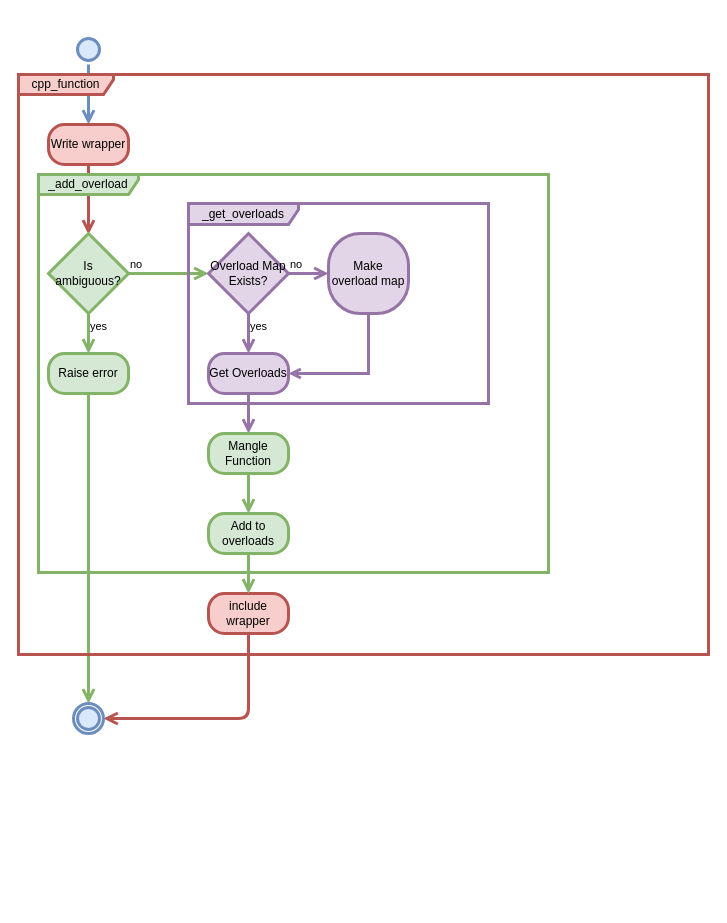
This is page "FunctionOverload" (1 of 5) of docs/source/developer/uml.drawio from CMakePP/CMakePPLang, a draw.io file, before an edit. Source tidied: cells renumbered, new cells numbered last; positions are measured from the earlier drawing's top-left corner, leaving out a move shared by most shapes. Both pictures are drawn from the tidied source at 100%, with x=0, y=0 at pixel (18, 34).
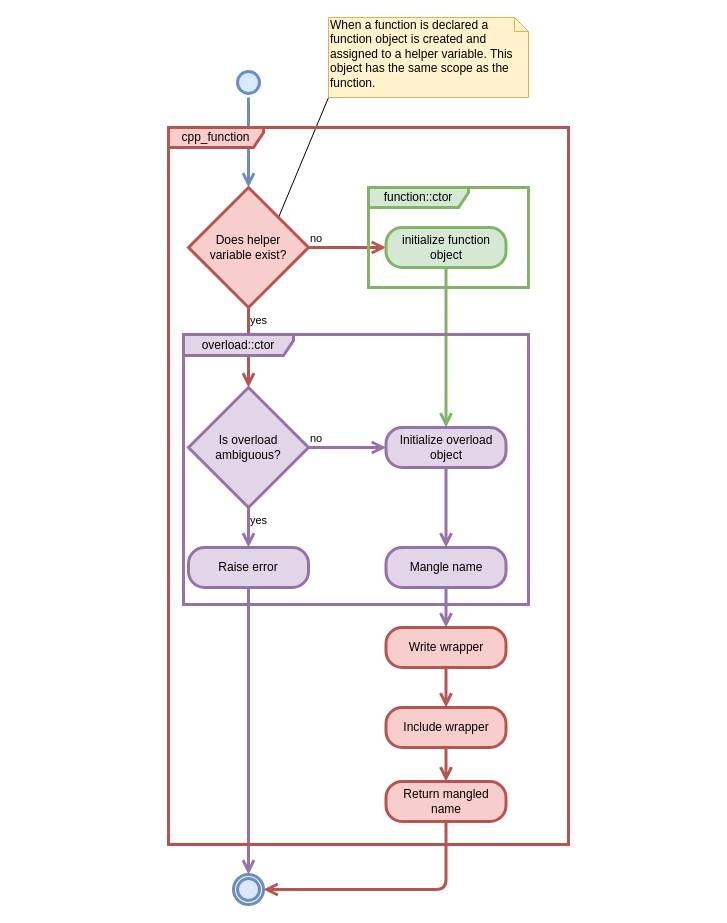
The same page after the edit.

Change to the diagram source:
```diff
@@
     <mxCell id="2" style="ellipse;html=1;shape=startState;fillColor=#dae8fc;strokeColor=#6c8ebf;strokeWidth=3;" parent="1" vertex="1">
-      <mxGeometry x="55" width="30" height="30" as="geometry" />
+      <mxGeometry x="215" y="33" width="30" height="30" as="geometry" />
     </mxCell>
-    <mxCell id="3" style="edgeStyle=orthogonalEdgeStyle;html=1;verticalAlign=bottom;endArrow=open;endSize=8;strokeColor=#6c8ebf;entryX=0.5;entryY=0;entryDx=0;entryDy=0;fillColor=#dae8fc;strokeWidth=3;" parent="1" edge="1" source="2">
-      <mxGeometry relative="1" as="geometry">
-        <mxPoint x="70" y="90" as="targetPoint" />
-      </mxGeometry>
+    <mxCell id="3" style="edgeStyle=orthogonalEdgeStyle;html=1;verticalAlign=bottom;endArrow=open;endSize=8;strokeColor=#6c8ebf;entryX=0.5;entryY=0;entryDx=0;entryDy=0;fillColor=#dae8fc;strokeWidth=3;" parent="1" edge="1" source="2" target="29">
+      <mxGeometry relative="1" as="geometry" />
     </mxCell>
-    <mxCell id="4" value="Write wrapper" style="rounded=1;whiteSpace=wrap;html=1;arcSize=40;fillColor=#f8cecc;strokeColor=#b85450;align=center;strokeWidth=3;" parent="1" vertex="1">
-      <mxGeometry x="30" y="90" width="80" height="40" as="geometry" />
-    </mxCell>
-    <mxCell id="5" style="edgeStyle=orthogonalEdgeStyle;html=1;verticalAlign=bottom;endArrow=open;endSize=8;strokeColor=#b85450;exitX=0.5;exitY=1;exitDx=0;exitDy=0;strokeWidth=3;fillColor=#f8cecc;" parent="1" edge="1" source="4">
-      <mxGeometry relative="1" as="geometry">
-        <mxPoint x="70" y="200" as="targetPoint" />
-      </mxGeometry>
-    </mxCell>
-    <mxCell id="6" value="include wrapper" style="rounded=1;whiteSpace=wrap;html=1;arcSize=40;fillColor=#f8cecc;strokeColor=#b85450;align=center;strokeWidth=3;" parent="1" vertex="1">
-      <mxGeometry x="190" y="559" width="80" height="40" as="geometry" />
-    </mxCell>
-    <mxCell id="7" style="edgeStyle=orthogonalEdgeStyle;html=1;verticalAlign=bottom;endArrow=open;endSize=8;strokeColor=#b85450;exitX=0.5;exitY=1;exitDx=0;exitDy=0;entryX=1;entryY=0.5;entryDx=0;entryDy=0;strokeWidth=3;fillColor=#f8cecc;" parent="1" edge="1" source="6" target="24">
-      <mxGeometry relative="1" as="geometry" />
-    </mxCell>
-    <mxCell id="8" value="Is ambiguous?" style="rhombus;whiteSpace=wrap;html=1;fillColor=#d5e8d4;strokeColor=#82b366;align=center;strokeWidth=3;" parent="1" vertex="1">
-      <mxGeometry x="30" y="199" width="80" height="80" as="geometry" />
-    </mxCell>
-    <mxCell id="9" value="no" style="edgeStyle=orthogonalEdgeStyle;html=1;align=left;verticalAlign=bottom;endArrow=open;endSize=8;strokeColor=#82b366;entryX=0;entryY=0.5;entryDx=0;entryDy=0;strokeWidth=3;fillColor=#d5e8d4;" parent="1" edge="1" source="8" target="11">
-      <mxGeometry x="-1" relative="1" as="geometry" />
-    </mxCell>
+    <mxCell id="24" style="ellipse;html=1;shape=endState;fillColor=#dae8fc;strokeColor=#6c8ebf;strokeWidth=3;" parent="1" vertex="1">
+      <mxGeometry x="215" y="840" width="30" height="30" as="geometry" />
+    </mxCell>
+    <mxCell id="28" style="rounded=0;jettySize=auto;html=1;exitX=1;exitY=0;exitDx=0;exitDy=0;entryX=0;entryY=1;entryDx=0;entryDy=0;entryPerimeter=0;endArrow=none;endFill=0;" parent="1" edge="1" source="29" target="31">
+      <mxGeometry relative="1" as="geometry" />
+    </mxCell>
+    <mxCell id="29" value="Does helper &lt;br&gt;variable exist?" style="rhombus;whiteSpace=wrap;html=1;fillColor=#f8cecc;strokeColor=#b85450;strokeWidth=3;" parent="1" vertex="1">
+      <mxGeometry x="170" y="153" width="120" height="120" as="geometry" />
+    </mxCell>
+    <mxCell id="30" value="no" style="edgeStyle=orthogonalEdgeStyle;html=1;align=left;verticalAlign=bottom;endArrow=open;endSize=8;strokeColor=#b85450;entryX=0;entryY=0.5;entryDx=0;entryDy=0;strokeWidth=3;fillColor=#f8cecc;" parent="1" edge="1" source="29" target="32">
+      <mxGeometry x="-1" relative="1" as="geometry" />
+    </mxCell>
-    <mxCell id="10" value="yes" style="edgeStyle=orthogonalEdgeStyle;html=1;align=left;verticalAlign=top;endArrow=open;endSize=8;strokeColor=#82b366;entryX=0.5;entryY=0;entryDx=0;entryDy=0;fillColor=#d5e8d4;strokeWidth=3;" parent="1" edge="1" source="8" target="22">
+    <mxCell id="10" value="yes" style="edgeStyle=orthogonalEdgeStyle;html=1;align=left;verticalAlign=top;endArrow=open;endSize=8;strokeColor=#b85450;entryX=0.5;entryY=0;entryDx=0;entryDy=0;fillColor=#f8cecc;strokeWidth=3;" parent="1" edge="1" source="29" target="34">
       <mxGeometry x="-1" relative="1" as="geometry" />
     </mxCell>
-    <mxCell id="11" value="Overload Map Exists?" style="rhombus;whiteSpace=wrap;html=1;fillColor=#e1d5e7;strokeColor=#9673a6;align=center;strokeWidth=3;" parent="1" vertex="1">
-      <mxGeometry x="190" y="199" width="80" height="80" as="geometry" />
-    </mxCell>
+    <mxCell id="31" value="When a function is declared a function object is created and assigned to a helper variable. This object has the same scope as the function." style="shape=note;whiteSpace=wrap;html=1;size=14;verticalAlign=top;align=left;spacingTop=-6;fillColor=#fff2cc;strokeColor=#d6b656;" parent="1" vertex="1">
+      <mxGeometry x="310" y="-17" width="200" height="80" as="geometry" />
+    </mxCell>
+    <mxCell id="32" value="initialize function&lt;br&gt;object" style="rounded=1;whiteSpace=wrap;html=1;arcSize=40;fillColor=#d5e8d4;strokeColor=#82b366;strokeWidth=3;" parent="1" vertex="1">
+      <mxGeometry x="367.5" y="193" width="120" height="40" as="geometry" />
+    </mxCell>
+    <mxCell id="33" style="html=1;verticalAlign=bottom;endArrow=open;endSize=8;strokeColor=#82b366;exitX=0.5;exitY=1;exitDx=0;exitDy=0;fillColor=#d5e8d4;strokeWidth=3;" parent="1" edge="1" source="32" target="36">
+      <mxGeometry relative="1" as="geometry" />
+    </mxCell>
+    <mxCell id="34" value="Is overload ambiguous?" style="rhombus;whiteSpace=wrap;html=1;fillColor=#e1d5e7;strokeColor=#9673a6;strokeWidth=3;" parent="1" vertex="1">
+      <mxGeometry x="170" y="353" width="120" height="120" as="geometry" />
+    </mxCell>
+    <mxCell id="35" value="no" style="edgeStyle=orthogonalEdgeStyle;html=1;align=left;verticalAlign=bottom;endArrow=open;endSize=8;strokeColor=#9673a6;fillColor=#e1d5e7;strokeWidth=3;" parent="1" edge="1" source="34" target="36">
+      <mxGeometry x="-1" relative="1" as="geometry" />
+    </mxCell>
-    <mxCell id="12" value="yes" style="edgeStyle=orthogonalEdgeStyle;html=1;align=left;verticalAlign=top;endArrow=open;endSize=8;strokeColor=#9673a6;entryX=0.5;entryY=0;entryDx=0;entryDy=0;fillColor=#e1d5e7;strokeWidth=3;" parent="1" edge="1" source="11" target="16">
+    <mxCell id="12" value="yes" style="edgeStyle=orthogonalEdgeStyle;html=1;align=left;verticalAlign=top;endArrow=open;endSize=8;strokeColor=#9673a6;entryX=0.5;entryY=0;entryDx=0;entryDy=0;fillColor=#e1d5e7;strokeWidth=3;" parent="1" edge="1" source="34" target="22">
       <mxGeometry x="-1" relative="1" as="geometry" />
     </mxCell>
-    <mxCell id="13" style="edgeStyle=orthogonalEdgeStyle;rounded=0;jettySize=auto;html=1;exitX=0.5;exitY=1;exitDx=0;exitDy=0;entryX=1;entryY=0.5;entryDx=0;entryDy=0;endArrow=open;endFill=0;startArrow=none;startFill=0;strokeWidth=3;fillColor=#e1d5e7;strokeColor=#9673a6;" parent="1" edge="1" source="14" target="16">
-      <mxGeometry relative="1" as="geometry" />
-    </mxCell>
-    <mxCell id="14" value="Make overload map" style="rounded=1;whiteSpace=wrap;html=1;arcSize=40;fillColor=#e1d5e7;strokeColor=#9673a6;align=center;strokeWidth=3;" parent="1" vertex="1">
-      <mxGeometry x="310" y="199" width="80" height="80" as="geometry" />
-    </mxCell>
-    <mxCell id="15" value="no" style="edgeStyle=orthogonalEdgeStyle;html=1;align=left;verticalAlign=bottom;endArrow=open;endSize=8;strokeColor=#9673a6;strokeWidth=3;fillColor=#e1d5e7;" parent="1" edge="1" source="11" target="14">
-      <mxGeometry x="-1" relative="1" as="geometry" />
-    </mxCell>
-    <mxCell id="16" value="Get Overloads" style="rounded=1;whiteSpace=wrap;html=1;arcSize=40;fillColor=#e1d5e7;strokeColor=#9673a6;align=center;strokeWidth=3;" parent="1" vertex="1">
-      <mxGeometry x="190" y="319" width="80" height="40" as="geometry" />
-    </mxCell>
-    <mxCell id="17" style="edgeStyle=orthogonalEdgeStyle;html=1;verticalAlign=bottom;endArrow=open;endSize=8;strokeColor=#9673a6;entryX=0.5;entryY=0;entryDx=0;entryDy=0;fillColor=#e1d5e7;strokeWidth=3;" parent="1" edge="1" source="16" target="18">
-      <mxGeometry relative="1" as="geometry" />
-    </mxCell>
-    <mxCell id="18" value="Mangle Function" style="rounded=1;whiteSpace=wrap;html=1;arcSize=40;fillColor=#d5e8d4;strokeColor=#82b366;align=center;strokeWidth=3;" parent="1" vertex="1">
-      <mxGeometry x="190" y="399" width="80" height="40" as="geometry" />
-    </mxCell>
-    <mxCell id="19" style="edgeStyle=orthogonalEdgeStyle;html=1;verticalAlign=bottom;endArrow=open;endSize=8;strokeColor=#82b366;entryX=0.5;entryY=0;entryDx=0;entryDy=0;strokeWidth=3;fillColor=#d5e8d4;" parent="1" edge="1" source="18" target="20">
-      <mxGeometry relative="1" as="geometry" />
-    </mxCell>
-    <mxCell id="20" value="Add to overloads" style="rounded=1;whiteSpace=wrap;html=1;arcSize=40;fillColor=#d5e8d4;strokeColor=#82b366;align=center;strokeWidth=3;" parent="1" vertex="1">
-      <mxGeometry x="190" y="479" width="80" height="40" as="geometry" />
-    </mxCell>
-    <mxCell id="21" style="edgeStyle=orthogonalEdgeStyle;html=1;verticalAlign=bottom;endArrow=open;endSize=8;strokeColor=#82b366;entryX=0.5;entryY=0;entryDx=0;entryDy=0;strokeWidth=3;fillColor=#d5e8d4;" parent="1" edge="1" source="20" target="6">
-      <mxGeometry relative="1" as="geometry" />
-    </mxCell>
+    <mxCell id="36" value="Initialize overload&lt;br&gt;object" style="rounded=1;whiteSpace=wrap;html=1;arcSize=40;fillColor=#e1d5e7;strokeColor=#9673a6;strokeWidth=3;" parent="1" vertex="1">
+      <mxGeometry x="367.5" y="393" width="120" height="40" as="geometry" />
+    </mxCell>
-    <mxCell id="22" value="Raise error" style="rounded=1;whiteSpace=wrap;html=1;arcSize=40;fillColor=#d5e8d4;strokeColor=#82b366;align=center;strokeWidth=3;" parent="1" vertex="1">
-      <mxGeometry x="30" y="319" width="80" height="40" as="geometry" />
+    <mxCell id="22" value="Raise error" style="rounded=1;whiteSpace=wrap;html=1;arcSize=40;fillColor=#e1d5e7;strokeColor=#9673a6;strokeWidth=3;" parent="1" vertex="1">
+      <mxGeometry x="170" y="513" width="120" height="40" as="geometry" />
     </mxCell>
-    <mxCell id="23" style="edgeStyle=orthogonalEdgeStyle;html=1;verticalAlign=bottom;endArrow=open;endSize=8;strokeColor=#82b366;entryX=0.5;entryY=0;entryDx=0;entryDy=0;fillColor=#d5e8d4;strokeWidth=3;" parent="1" edge="1" source="22" target="24">
+    <mxCell id="23" style="edgeStyle=orthogonalEdgeStyle;html=1;verticalAlign=bottom;endArrow=open;endSize=8;strokeColor=#9673a6;entryX=0.5;entryY=0;entryDx=0;entryDy=0;fillColor=#e1d5e7;strokeWidth=3;" parent="1" edge="1" source="22" target="24">
       <mxGeometry relative="1" as="geometry" />
     </mxCell>
-    <mxCell id="24" style="ellipse;html=1;shape=endState;fillColor=#dae8fc;strokeColor=#6c8ebf;strokeWidth=3;" parent="1" vertex="1">
-      <mxGeometry x="55" y="669" width="30" height="30" as="geometry" />
-    </mxCell>
+    <mxCell id="37" value="Mangle name" style="rounded=1;whiteSpace=wrap;html=1;arcSize=40;fillColor=#e1d5e7;strokeColor=#9673a6;strokeWidth=3;" parent="1" vertex="1">
+      <mxGeometry x="367.5" y="513" width="120" height="40" as="geometry" />
+    </mxCell>
+    <mxCell id="38" style="html=1;verticalAlign=bottom;endArrow=open;endSize=8;strokeColor=#9673a6;entryX=0.5;entryY=0;entryDx=0;entryDy=0;strokeWidth=3;fillColor=#e1d5e7;" parent="1" edge="1" source="37" target="4">
+      <mxGeometry relative="1" as="geometry" />
+    </mxCell>
+    <mxCell id="39" style="html=1;verticalAlign=bottom;endArrow=open;endSize=8;strokeColor=#9673a6;exitX=0.5;exitY=1;exitDx=0;exitDy=0;entryX=0.5;entryY=0;entryDx=0;entryDy=0;fillColor=#e1d5e7;strokeWidth=3;" parent="1" edge="1" source="36" target="37">
+      <mxGeometry relative="1" as="geometry" />
+    </mxCell>
+    <mxCell id="4" value="Write wrapper" style="rounded=1;whiteSpace=wrap;html=1;arcSize=40;fillColor=#f8cecc;strokeColor=#b85450;strokeWidth=3;" parent="1" vertex="1">
+      <mxGeometry x="367.5" y="593" width="120" height="40" as="geometry" />
+    </mxCell>
+    <mxCell id="40" style="html=1;verticalAlign=bottom;endArrow=open;endSize=8;strokeColor=#b85450;entryX=0.5;entryY=0;entryDx=0;entryDy=0;fillColor=#f8cecc;strokeWidth=3;" parent="1" edge="1" source="4" target="41">
+      <mxGeometry relative="1" as="geometry" />
+    </mxCell>
+    <mxCell id="41" value="Include wrapper" style="rounded=1;whiteSpace=wrap;html=1;arcSize=40;fillColor=#f8cecc;strokeColor=#b85450;strokeWidth=3;" parent="1" vertex="1">
+      <mxGeometry x="367.5" y="673" width="120" height="40" as="geometry" />
+    </mxCell>
+    <mxCell id="42" style="edgeStyle=orthogonalEdgeStyle;html=1;verticalAlign=bottom;endArrow=open;endSize=8;strokeColor=#b85450;strokeWidth=3;fillColor=#f8cecc;" parent="1" edge="1" source="41" target="43">
+      <mxGeometry relative="1" as="geometry" />
+    </mxCell>
+    <mxCell id="43" value="Return mangled&lt;br&gt;name" style="rounded=1;whiteSpace=wrap;html=1;arcSize=40;fillColor=#f8cecc;strokeColor=#b85450;strokeWidth=3;" parent="1" vertex="1">
+      <mxGeometry x="367.5" y="747" width="120" height="40" as="geometry" />
+    </mxCell>
+    <mxCell id="44" style="html=1;verticalAlign=bottom;endArrow=open;endSize=8;strokeColor=#b85450;entryX=1;entryY=0.5;entryDx=0;entryDy=0;exitX=0.5;exitY=1;exitDx=0;exitDy=0;edgeStyle=orthogonalEdgeStyle;fillColor=#f8cecc;strokeWidth=3;" parent="1" edge="1" source="43" target="24">
+      <mxGeometry relative="1" as="geometry" />
+    </mxCell>
+    <mxCell id="26" value="function::ctor" style="shape=umlFrame;whiteSpace=wrap;html=1;align=center;width=100;height=20;fillColor=#d5e8d4;strokeColor=#82b366;strokeWidth=3;" parent="1" vertex="1">
+      <mxGeometry x="350" y="153" width="160" height="100" as="geometry" />
+    </mxCell>
-    <mxCell id="25" value="_get_overloads" style="shape=umlFrame;whiteSpace=wrap;html=1;align=center;width=110;height=21;fillColor=#e1d5e7;strokeColor=#9673a6;strokeWidth=3;" parent="1" vertex="1">
-      <mxGeometry x="170" y="169" width="300" height="200" as="geometry" />
+    <mxCell id="25" value="overload::ctor" style="shape=umlFrame;whiteSpace=wrap;html=1;align=center;width=110;height=21;fillColor=#e1d5e7;strokeColor=#9673a6;strokeWidth=3;" parent="1" vertex="1">
+      <mxGeometry x="165" y="300" width="345" height="270" as="geometry" />
     </mxCell>
-    <mxCell id="26" value="_add_overload" style="shape=umlFrame;whiteSpace=wrap;html=1;align=center;width=100;height=20;fillColor=#d5e8d4;strokeColor=#82b366;strokeWidth=3;" parent="1" vertex="1">
-      <mxGeometry x="20" y="140" width="510" height="398" as="geometry" />
-    </mxCell>
     <mxCell id="27" value="cpp_function" style="shape=umlFrame;whiteSpace=wrap;html=1;align=center;width=95;height=20;fillColor=#f8cecc;strokeColor=#b85450;strokeWidth=3;" parent="1" vertex="1">
-      <mxGeometry y="40" width="690" height="580" as="geometry" />
+      <mxGeometry x="150" y="93" width="400" height="717" as="geometry" />
     </mxCell>
```
